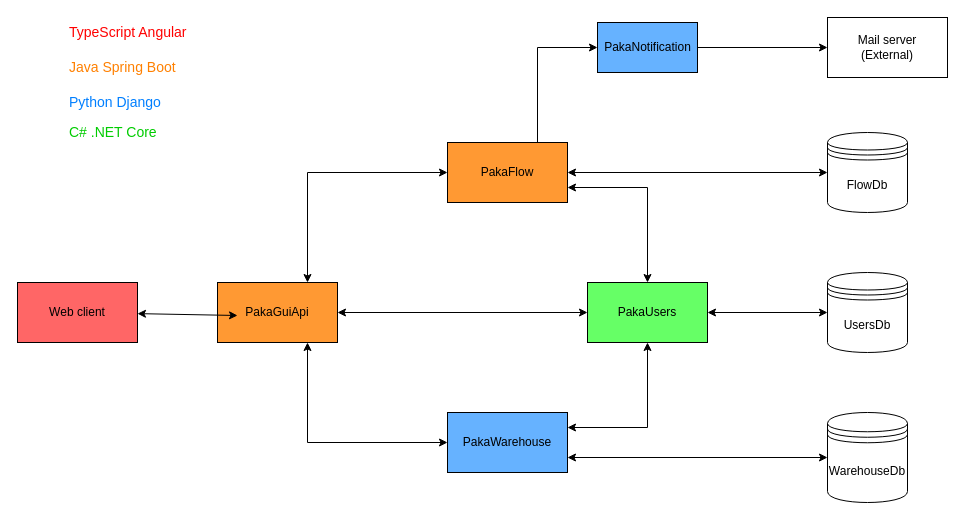
IUI-januszex/documentation keeps this draw.io diagram as Architecture.drawio. Above is the earlier version. Source tidied: cells renumbered, new cells numbered last; positions are measured from the earlier drawing's top-left corner, leaving out a move shared by most shapes. Both pictures are drawn from the tidied source at 100%, with x=0, y=0 at pixel (17, 17).
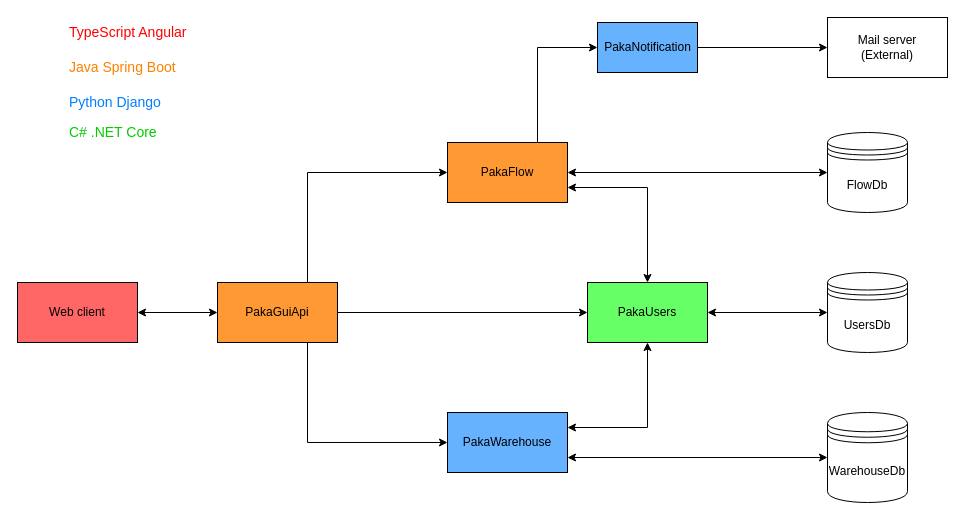
The same page after the edit.

Commit message (it also covers changes not shown here):
fix system architecure graph

Unchanged cells that the change refers to:
```xml
<mxCell id="8" value="PakaGuiApi" style="rounded=0;whiteSpace=wrap;html=1;fillColor=#FF9933;" parent="1" vertex="1">
  <mxGeometry x="200" y="265" width="120" height="60" as="geometry" />
</mxCell>
<mxCell id="9" value="Web client" style="rounded=0;whiteSpace=wrap;html=1;fillColor=#FF6666;" parent="1" vertex="1">
  <mxGeometry y="265" width="120" height="60" as="geometry" />
</mxCell>
<mxCell id="14" value="PakaFlow" style="rounded=0;whiteSpace=wrap;html=1;fillColor=#FF9933;" parent="1" vertex="1">
  <mxGeometry x="430" y="125" width="120" height="60" as="geometry" />
</mxCell>
<mxCell id="16" value="PakaUsers" style="rounded=0;whiteSpace=wrap;html=1;fillColor=#66FF66;" parent="1" vertex="1">
  <mxGeometry x="570" y="265" width="120" height="60" as="geometry" />
</mxCell>
<mxCell id="19" value="PakaWarehouse" style="rounded=0;whiteSpace=wrap;html=1;fillColor=#66B2FF;" parent="1" vertex="1">
  <mxGeometry x="430" y="395" width="120" height="60" as="geometry" />
</mxCell>
```

What changed in the source:
```diff
@@
-    <mxCell id="5" style="edgeStyle=orthogonalEdgeStyle;rounded=0;jettySize=auto;html=1;exitX=0.75;exitY=0;exitDx=0;exitDy=0;entryX=0;entryY=0.5;entryDx=0;entryDy=0;startArrow=classic;startFill=1;" parent="1" edge="1" source="8" target="14">
+    <mxCell id="5" style="edgeStyle=orthogonalEdgeStyle;rounded=0;jettySize=auto;html=1;exitX=0.75;exitY=0;exitDx=0;exitDy=0;entryX=0;entryY=0.5;entryDx=0;entryDy=0;startArrow=none;startFill=0;" parent="1" edge="1" source="8" target="14">
       <mxGeometry relative="1" as="geometry" />
     </mxCell>
-    <mxCell id="6" style="edgeStyle=orthogonalEdgeStyle;rounded=0;jettySize=auto;html=1;exitX=0.75;exitY=1;exitDx=0;exitDy=0;entryX=0;entryY=0.5;entryDx=0;entryDy=0;startArrow=classic;startFill=1;" parent="1" edge="1" source="8" target="19">
+    <mxCell id="6" style="edgeStyle=orthogonalEdgeStyle;rounded=0;jettySize=auto;html=1;exitX=0.75;exitY=1;exitDx=0;exitDy=0;entryX=0;entryY=0.5;entryDx=0;entryDy=0;startArrow=none;startFill=0;" parent="1" edge="1" source="8" target="19">
       <mxGeometry relative="1" as="geometry" />
     </mxCell>
-    <mxCell id="7" style="edgeStyle=orthogonalEdgeStyle;rounded=0;jettySize=auto;html=1;exitX=1;exitY=0.5;exitDx=0;exitDy=0;entryX=0;entryY=0.5;entryDx=0;entryDy=0;startArrow=classic;startFill=1;" parent="1" edge="1" source="8" target="16">
+    <mxCell id="7" style="edgeStyle=orthogonalEdgeStyle;rounded=0;jettySize=auto;html=1;exitX=1;exitY=0.5;exitDx=0;exitDy=0;entryX=0;entryY=0.5;entryDx=0;entryDy=0;startArrow=none;startFill=0;" parent="1" edge="1" source="8" target="16">
       <mxGeometry relative="1" as="geometry" />
     </mxCell>
@@
-    <mxCell id="10" style="endArrow=classic;startArrow=classic;html=1;" parent="1" edge="1" source="9">
-      <mxGeometry relative="1" as="geometry">
-        <mxPoint x="220" y="298" as="targetPoint" />
-      </mxGeometry>
+    <mxCell id="10" style="endArrow=classic;startArrow=classic;html=1;entryX=0;entryY=0.5;entryDx=0;entryDy=0;" parent="1" edge="1" source="9" target="8">
+      <mxGeometry relative="1" as="geometry" />
     </mxCell>
```
